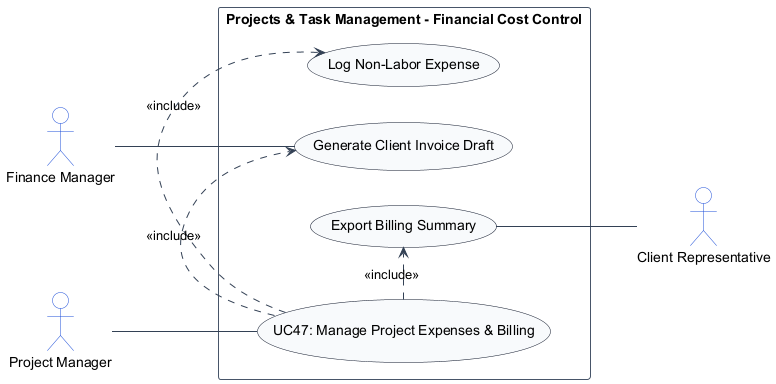
This is usecase_images/module_06_projects_tasks/UC47.png from TamBui1706/HRPlatform, a PlantUML export, as it was before one commit. Its diagram source:
```plantuml
@startuml
left to right direction
skinparam shadowing false
skinparam packageStyle rectangle
skinparam actorStyle stickman

skinparam ArrowColor #334155
skinparam ActorBorderColor #1d4ed8
skinparam ActorBackgroundColor #ffffff
skinparam UsecaseBorderColor #0f172a
skinparam UsecaseBackgroundColor #f8fafc
skinparam RectangleBorderColor #475569
skinparam RectangleBackgroundColor #ffffff

actor "Project Manager" as ProjectManager
actor "Finance Manager" as FinanceManager
actor "Client Representative" as ClientRepresentative

rectangle "Projects & Task Management - Financial Cost Control" {
    usecase "UC47: Manage Project Expenses & Billing" as UC_Main
    usecase "Log Non-Labor Expense" as UC_LogExpense
    usecase "Generate Client Invoice Draft" as UC_DraftBill
    usecase "Export Billing Summary" as UC_ExportSummary

    ProjectManager -- UC_Main
    FinanceManager -- UC_DraftBill
    UC_Main .> UC_LogExpense : <<include>>
    UC_Main .> UC_DraftBill : <<include>>
    UC_Main .> UC_ExportSummary : <<include>>
    UC_ExportSummary -- ClientRepresentative
}
@enduml
```
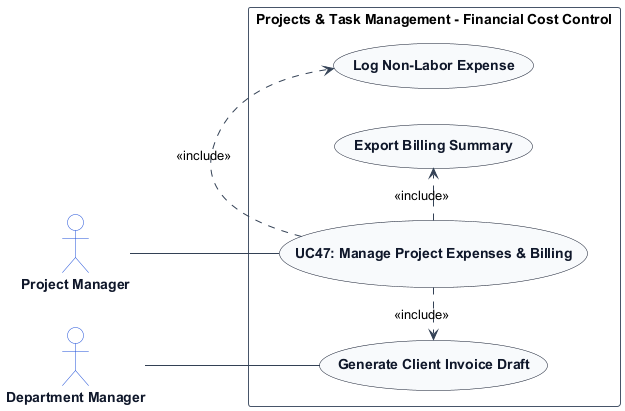
The same diagram one commit later.

Change to the diagram source:
```diff
@@ -7,14 +7,19 @@
 skinparam ArrowColor #334155
 skinparam ActorBorderColor #1d4ed8
 skinparam ActorBackgroundColor #ffffff
+skinparam ActorFontColor #0f172a
+skinparam ActorFontStyle bold
+
 skinparam UsecaseBorderColor #0f172a
 skinparam UsecaseBackgroundColor #f8fafc
+skinparam UsecaseFontColor #0f172a
+skinparam UsecaseFontStyle bold
+
 skinparam RectangleBorderColor #475569
 skinparam RectangleBackgroundColor #ffffff
 
 actor "Project Manager" as ProjectManager
-actor "Finance Manager" as FinanceManager
-actor "Client Representative" as ClientRepresentative
+actor "Department Manager" as DepartmentManager
 
 rectangle "Projects & Task Management - Financial Cost Control" {
     usecase "UC47: Manage Project Expenses & Billing" as UC_Main
@@ -23,10 +28,9 @@
     usecase "Export Billing Summary" as UC_ExportSummary
 
     ProjectManager -- UC_Main
-    FinanceManager -- UC_DraftBill
+    DepartmentManager -- UC_DraftBill
     UC_Main .> UC_LogExpense : <<include>>
     UC_Main .> UC_DraftBill : <<include>>
     UC_Main .> UC_ExportSummary : <<include>>
-    UC_ExportSummary -- ClientRepresentative
 }
 @enduml
```
